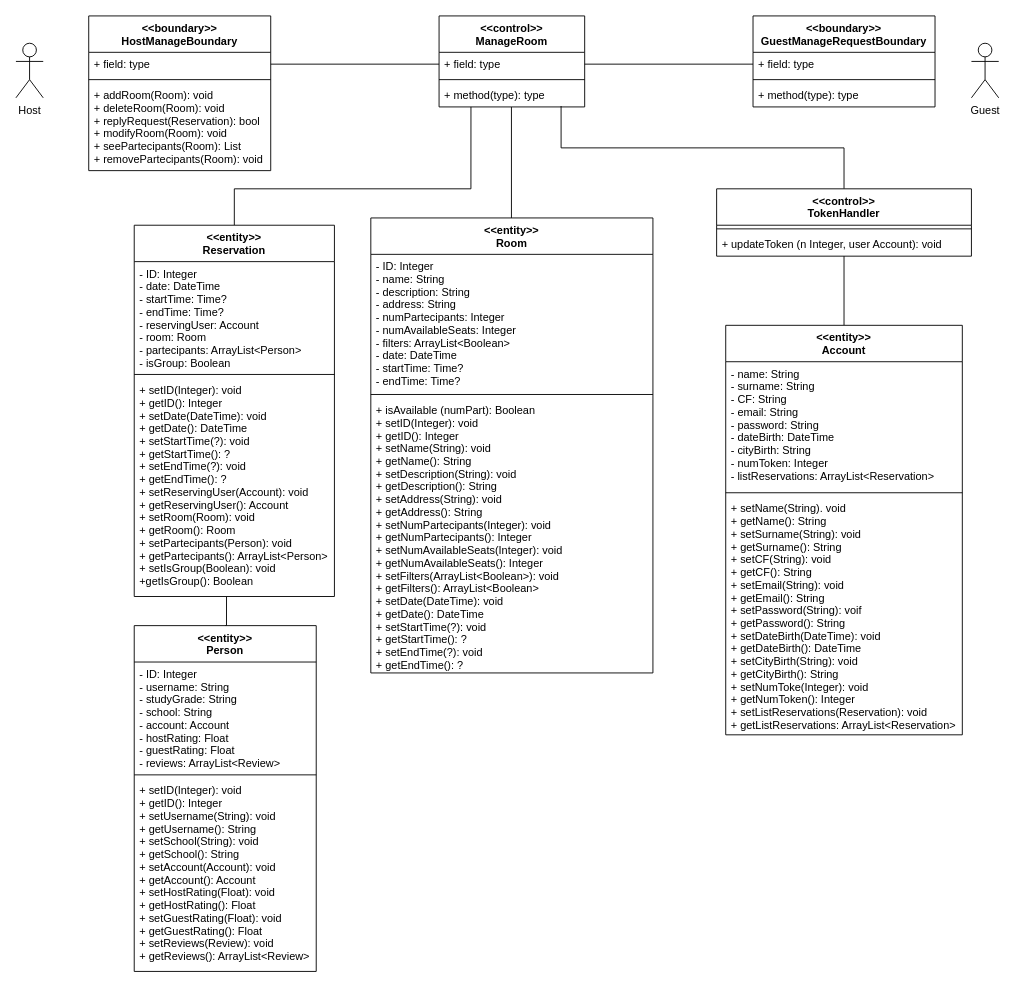
nic-agos/DoveStudi keeps this draw.io diagram as Deliverables/VoPC/VoPC ManageRoom.drawio. Above is the earlier version. Source tidied: cells renumbered, new cells numbered last; positions are measured from the earlier drawing's top-left corner, leaving out a move shared by most shapes. Both pictures are drawn from the tidied source at 91%, with x=0, y=0 at pixel (15, 15).
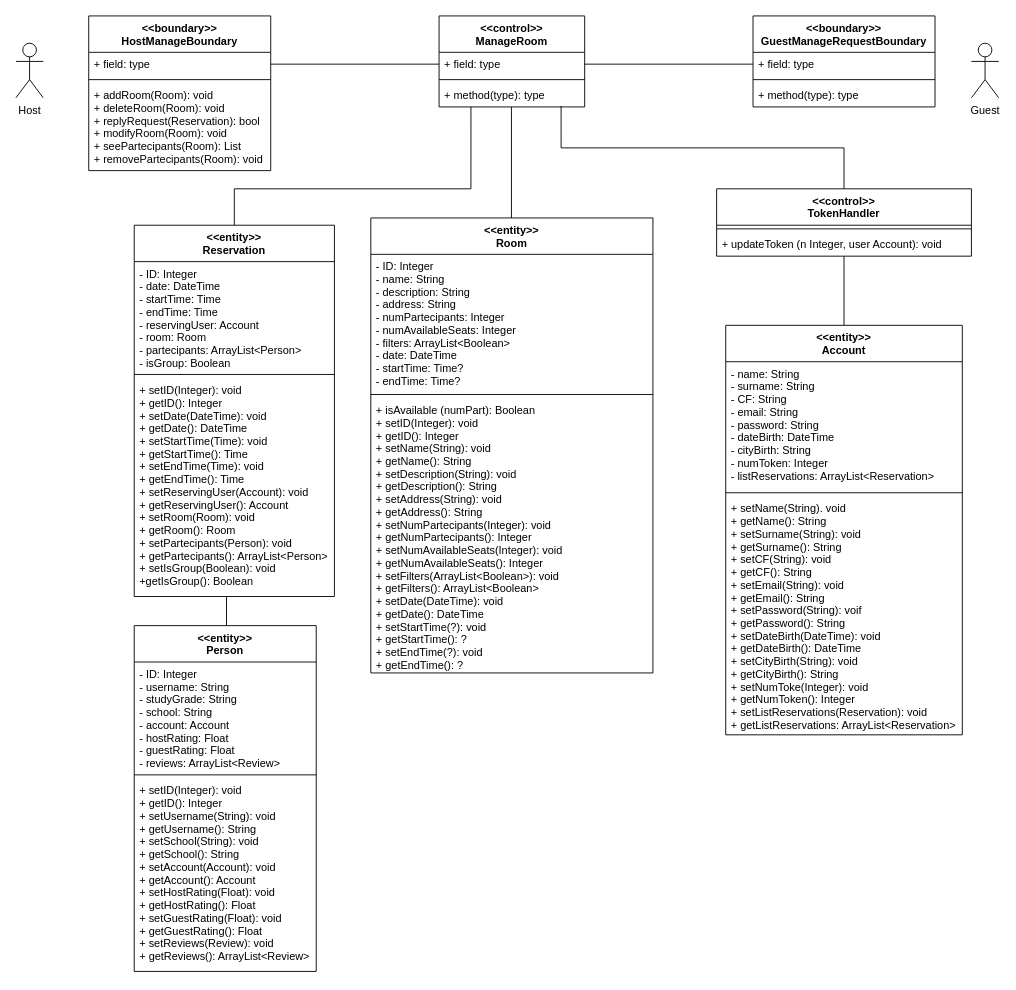
The same diagram, later.

The change refers to these unchanged cells:
```xml
<mxCell id="12" value="&lt;&lt;entity&gt;&gt;&#10;Reservation" style="swimlane;fontStyle=1;align=center;verticalAlign=top;horizontal=1;startSize=40;" parent="1" vertex="1">
  <mxGeometry x="130" y="230" width="220" height="408" as="geometry" />
</mxCell>
```

The edit, as a diff of the source:
```diff
@@
-    <mxCell id="13" value="- ID: Integer&#10;- date: DateTime&#10;- startTime: Time?&#10;- endTime: Time?&#10;- reservingUser: Account&#10;- room: Room&#10;- partecipants: ArrayList&lt;Person&gt;&#10;- isGroup: Boolean" style="text;strokeColor=none;fillColor=none;align=left;verticalAlign=top;spacingLeft=4;spacingRight=4;overflow=hidden;" parent="12" vertex="1">
+    <mxCell id="13" value="- ID: Integer&#10;- date: DateTime&#10;- startTime: Time&#10;- endTime: Time&#10;- reservingUser: Account&#10;- room: Room&#10;- partecipants: ArrayList&lt;Person&gt;&#10;- isGroup: Boolean" style="text;strokeColor=none;fillColor=none;align=left;verticalAlign=top;spacingLeft=4;spacingRight=4;overflow=hidden;" parent="12" vertex="1">
       <mxGeometry y="40" width="220" height="120" as="geometry" />
     </mxCell>
@@
-    <mxCell id="15" value="+ setID(Integer): void &#10;+ getID(): Integer&#10;+ setDate(DateTime): void&#10;+ getDate(): DateTime&#10;+ setStartTime(?): void&#10;+ getStartTime(): ?&#10;+ setEndTime(?): void&#10;+ getEndTime(): ?&#10;+ setReservingUser(Account): void&#10;+ getReservingUser(): Account&#10;+ setRoom(Room): void&#10;+ getRoom(): Room&#10;+ setPartecipants(Person): void&#10;+ getPartecipants(): ArrayList&lt;Person&gt;&#10;+ setIsGroup(Boolean): void&#10;+getIsGroup(): Boolean" style="text;strokeColor=none;fillColor=none;align=left;verticalAlign=top;spacingLeft=4;spacingRight=4;overflow=hidden;points=[[0,0.5],[1,0.5]];portConstraint=eastwest;" parent="12" vertex="1">
+    <mxCell id="15" value="+ setID(Integer): void &#10;+ getID(): Integer&#10;+ setDate(DateTime): void&#10;+ getDate(): DateTime&#10;+ setStartTime(Time): void&#10;+ getStartTime(): Time&#10;+ setEndTime(Time): void&#10;+ getEndTime(): Time&#10;+ setReservingUser(Account): void&#10;+ getReservingUser(): Account&#10;+ setRoom(Room): void&#10;+ getRoom(): Room&#10;+ setPartecipants(Person): void&#10;+ getPartecipants(): ArrayList&lt;Person&gt;&#10;+ setIsGroup(Boolean): void&#10;+getIsGroup(): Boolean" style="text;strokeColor=none;fillColor=none;align=left;verticalAlign=top;spacingLeft=4;spacingRight=4;overflow=hidden;points=[[0,0.5],[1,0.5]];portConstraint=eastwest;" parent="12" vertex="1">
       <mxGeometry y="168" width="220" height="240" as="geometry" />
     </mxCell>
```
